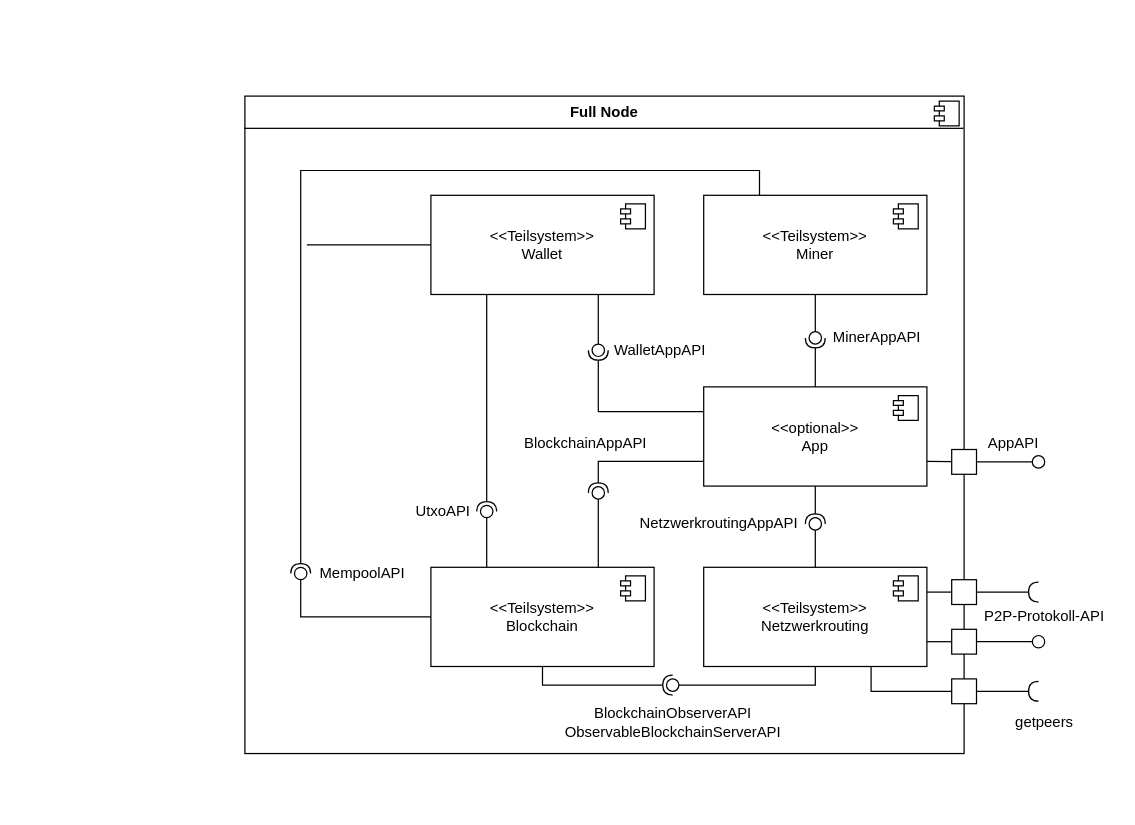
bjoern621/VSP-Blockchain keeps this draw.io diagram as docs/arc42/arc42-MinerNetwork/images/Layer 2.drawio. Above is the earlier version. Source tidied: cells renumbered, new cells numbered last; positions are measured from the earlier drawing's top-left corner, leaving out a move shared by most shapes. Both pictures are drawn from the tidied source at 124%, with x=0, y=0 at pixel (244, 95).
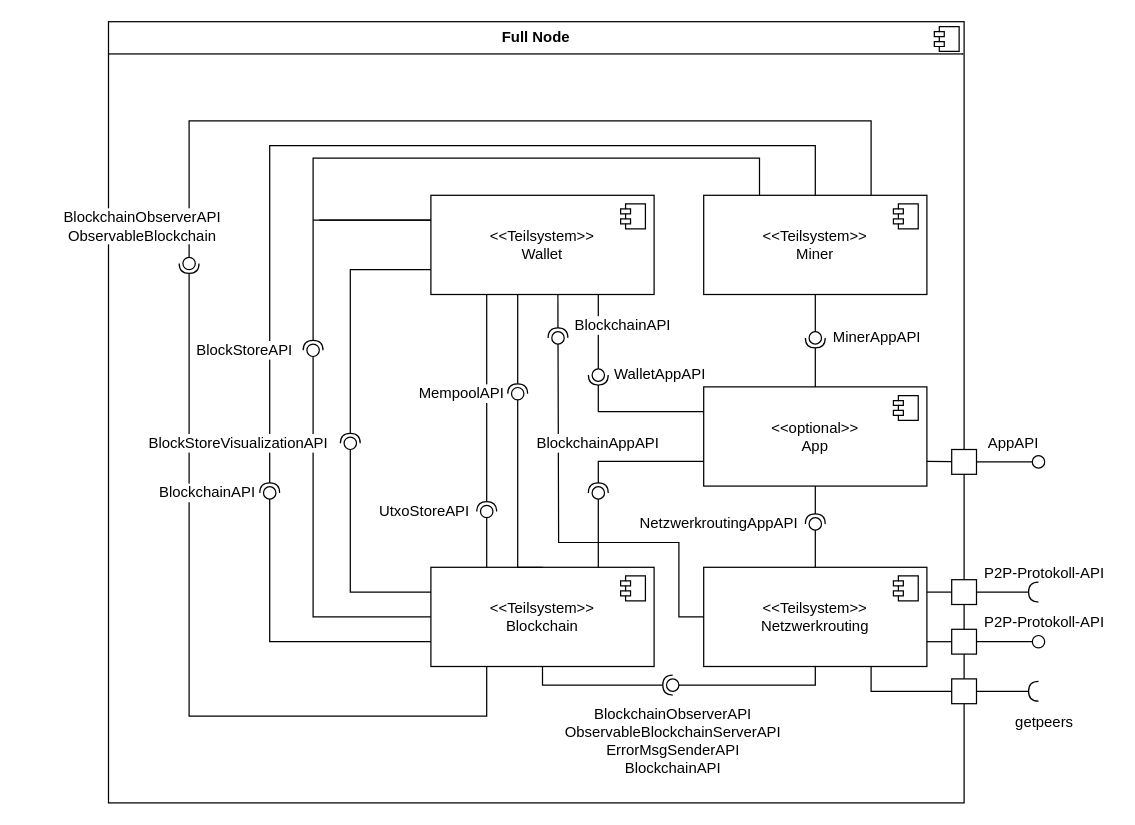
The same page after the edit.

The change refers to these unchanged cells:
```xml
<mxCell id="4" value="&lt;div&gt;&amp;lt;&amp;lt;Teilsystem&amp;gt;&amp;gt;&lt;/div&gt;Miner" style="html=1;whiteSpace=wrap;" parent="1" vertex="1">
  <mxGeometry x="370" y="80" width="180" height="80" as="geometry" />
</mxCell>
<mxCell id="6" value="&lt;div&gt;&amp;lt;&amp;lt;Teilsystem&amp;gt;&amp;gt;&lt;/div&gt;Netzwerkrouting" style="html=1;whiteSpace=wrap;" parent="1" vertex="1">
  <mxGeometry x="370" y="380" width="180" height="80" as="geometry" />
</mxCell>
<mxCell id="8" value="&lt;div&gt;&amp;lt;&amp;lt;Teilsystem&amp;gt;&amp;gt;&lt;/div&gt;Blockchain" style="html=1;whiteSpace=wrap;" parent="1" vertex="1">
  <mxGeometry x="150" y="380" width="180" height="80" as="geometry" />
</mxCell>
<mxCell id="10" value="&lt;div&gt;&amp;lt;&amp;lt;Teilsystem&amp;gt;&amp;gt;&lt;/div&gt;Wallet" style="html=1;whiteSpace=wrap;" parent="1" vertex="1">
  <mxGeometry x="150" y="80" width="180" height="80" as="geometry" />
</mxCell>
<mxCell id="34" style="ellipse;whiteSpace=wrap;html=1;align=center;fillColor=none;strokeColor=none;perimeter=centerPerimeter;points=[];outlineConnect=1;" parent="1" vertex="1">
  <mxGeometry x="40" y="380" width="10" height="10" as="geometry" />
</mxCell>
```

Diff of the diagram source:
```diff
@@
     <mxCell id="2" value="&lt;p style=&quot;margin:0px;margin-top:6px;text-align:center;&quot;&gt;&lt;b&gt;Full Node&lt;/b&gt;&lt;/p&gt;&lt;hr size=&quot;1&quot; style=&quot;border-style:solid;&quot;&gt;&lt;p style=&quot;margin:0px;margin-left:8px;&quot;&gt;&lt;br&gt;&lt;/p&gt;" style="align=left;overflow=fill;html=1;whiteSpace=wrap;" parent="1" vertex="1">
-      <mxGeometry width="580" height="530.2" as="geometry" />
+      <mxGeometry x="-110" y="-60" width="690" height="630" as="geometry" />
     </mxCell>
@@
     <mxCell id="17" value="P2P-Protokoll-API" style="text;html=1;whiteSpace=wrap;strokeColor=none;fillColor=none;align=center;verticalAlign=middle;rounded=0;" parent="1" vertex="1">
-      <mxGeometry x="590" y="405" width="110" height="30" as="geometry" />
+      <mxGeometry x="590" y="410" width="110" height="30" as="geometry" />
     </mxCell>
@@
-    <mxCell id="27" value="UtxoAPI" style="text;html=1;whiteSpace=wrap;strokeColor=none;fillColor=none;align=center;verticalAlign=middle;rounded=0;" parent="1" vertex="1">
-      <mxGeometry x="130" y="320" width="60" height="30" as="geometry" />
+    <mxCell id="27" value="UtxoStoreAPI" style="text;html=1;whiteSpace=wrap;strokeColor=none;fillColor=none;align=center;verticalAlign=middle;rounded=0;" parent="1" vertex="1">
+      <mxGeometry x="100" y="320" width="90" height="30" as="geometry" />
     </mxCell>
@@
-    <mxCell id="31" value="&lt;div&gt;MempoolAPI&lt;/div&gt;" style="text;html=1;whiteSpace=wrap;strokeColor=none;fillColor=none;align=center;verticalAlign=middle;rounded=0;" parent="1" vertex="1">
-      <mxGeometry x="50" y="370" width="90" height="30" as="geometry" />
+    <mxCell id="31" value="&lt;div&gt;MempoolAPI&lt;/div&gt;" style="text;html=1;whiteSpace=wrap;strokeColor=none;fillColor=none;align=center;verticalAlign=middle;rounded=0;labelBackgroundColor=default;" parent="1" vertex="1">
+      <mxGeometry x="130" y="225" width="90" height="30" as="geometry" />
     </mxCell>
-    <mxCell id="32" style="rounded=0;jettySize=auto;html=1;endArrow=halfCircle;endFill=0;endSize=6;strokeWidth=1;sketch=0;edgeStyle=orthogonalEdgeStyle;exitX=0.25;exitY=0;exitDx=0;exitDy=0;" parent="1" edge="1" source="4" target="34">
-      <mxGeometry relative="1" as="geometry">
-        <Array as="points">
-          <mxPoint x="415" y="60" />
-          <mxPoint x="45" y="60" />
-        </Array>
-      </mxGeometry>
-    </mxCell>
-    <mxCell id="33" style="rounded=0;jettySize=auto;html=1;endArrow=oval;endFill=0;sketch=0;sourcePerimeterSpacing=0;targetPerimeterSpacing=0;endSize=10;exitX=0;exitY=0.5;exitDx=0;exitDy=0;edgeStyle=orthogonalEdgeStyle;" parent="1" edge="1" source="8" target="34">
+    <mxCell id="33" style="rounded=0;orthogonalLoop=1;jettySize=auto;html=1;endArrow=oval;endFill=0;sketch=0;sourcePerimeterSpacing=0;targetPerimeterSpacing=0;endSize=10;edgeStyle=orthogonalEdgeStyle;" parent="1" edge="1">
       <mxGeometry relative="1" as="geometry">
+        <mxPoint x="240" y="380" as="sourcePoint" />
+        <mxPoint x="220" y="240" as="targetPoint" />
         <Array as="points">
-          <mxPoint x="45" y="420" />
+          <mxPoint x="220" y="380" />
         </Array>
       </mxGeometry>
     </mxCell>
@@
-    <mxCell id="38" value="BlockchainObserverAPI&lt;div&gt;ObservableBlockchainServerAPI&lt;/div&gt;" style="text;html=1;whiteSpace=wrap;strokeColor=none;fillColor=none;align=center;verticalAlign=middle;rounded=0;" parent="1" vertex="1">
-      <mxGeometry x="247.5" y="490" width="195" height="30" as="geometry" />
+    <mxCell id="38" value="BlockchainObserverAPI&lt;div&gt;ObservableBlockchainServerAPI&lt;/div&gt;&lt;div&gt;ErrorMsgSenderAPI&lt;/div&gt;&lt;div&gt;BlockchainAPI&lt;/div&gt;" style="text;html=1;whiteSpace=wrap;strokeColor=none;fillColor=none;align=center;verticalAlign=middle;rounded=0;" parent="1" vertex="1">
+      <mxGeometry x="247.5" y="490" width="195" height="60" as="geometry" />
     </mxCell>
@@
     <mxCell id="41" style="ellipse;whiteSpace=wrap;html=1;align=center;fillColor=none;strokeColor=none;perimeter=centerPerimeter;points=[];outlineConnect=1;" parent="1" vertex="1">
-      <mxGeometry x="280" y="200" width="10" height="10" as="geometry" />
+      <mxGeometry x="280" y="220" width="10" height="10" as="geometry" />
     </mxCell>
     <mxCell id="42" value="WalletAppAPI" style="text;html=1;whiteSpace=wrap;strokeColor=none;fillColor=none;align=center;verticalAlign=middle;rounded=0;" parent="1" vertex="1">
-      <mxGeometry x="290" y="190" width="90" height="30" as="geometry" />
+      <mxGeometry x="290" y="210" width="90" height="30" as="geometry" />
     </mxCell>
@@
-    <mxCell id="50" value="BlockchainAppAPI" style="text;html=1;whiteSpace=wrap;strokeColor=none;fillColor=none;align=center;verticalAlign=middle;rounded=0;" parent="1" vertex="1">
-      <mxGeometry x="220" y="265" width="110" height="30" as="geometry" />
-    </mxCell>
@@
-    <mxCell id="58" style="endArrow=none;html=1;rounded=0;entryX=0;entryY=0.5;entryDx=0;entryDy=0;" parent="1" edge="1" target="10">
-      <mxGeometry relative="1" as="geometry">
-        <mxPoint x="50" y="120" as="sourcePoint" />
-      </mxGeometry>
-    </mxCell>
+    <mxCell id="59" style="rounded=0;orthogonalLoop=1;jettySize=auto;html=1;endArrow=halfCircle;endFill=0;endSize=6;strokeWidth=1;sketch=0;edgeStyle=orthogonalEdgeStyle;" parent="1" edge="1">
+      <mxGeometry relative="1" as="geometry">
+        <mxPoint x="220" y="160" as="sourcePoint" />
+        <mxPoint x="220" y="240" as="targetPoint" />
+        <Array as="points">
+          <mxPoint x="220" y="180" />
+          <mxPoint x="220" y="180" />
+        </Array>
+      </mxGeometry>
+    </mxCell>
+    <mxCell id="60" style="rounded=0;jettySize=auto;html=1;endArrow=halfCircle;endFill=0;endSize=6;strokeWidth=1;sketch=0;exitX=0;exitY=0.75;exitDx=0;exitDy=0;" parent="1" edge="1" source="10" target="62">
+      <mxGeometry relative="1" as="geometry">
+        <Array as="points">
+          <mxPoint x="85" y="140" />
+        </Array>
+      </mxGeometry>
+    </mxCell>
+    <mxCell id="61" style="rounded=0;jettySize=auto;html=1;endArrow=oval;endFill=0;sketch=0;sourcePerimeterSpacing=0;targetPerimeterSpacing=0;endSize=10;exitX=0;exitY=0.25;exitDx=0;exitDy=0;" parent="1" edge="1" source="8" target="62">
+      <mxGeometry relative="1" as="geometry">
+        <Array as="points">
+          <mxPoint x="85" y="400" />
+        </Array>
+      </mxGeometry>
+    </mxCell>
+    <mxCell id="62" style="ellipse;whiteSpace=wrap;html=1;align=center;fillColor=none;strokeColor=none;perimeter=centerPerimeter;points=[];outlineConnect=1;" parent="1" vertex="1">
+      <mxGeometry x="80" y="275" width="10" height="10" as="geometry" />
+    </mxCell>
+    <mxCell id="63" style="rounded=0;jettySize=auto;html=1;endArrow=halfCircle;endFill=0;endSize=6;strokeWidth=1;sketch=0;exitX=0.25;exitY=0;exitDx=0;exitDy=0;" parent="1" edge="1" source="4" target="65">
+      <mxGeometry relative="1" as="geometry">
+        <Array as="points">
+          <mxPoint x="415" y="50" />
+          <mxPoint x="55" y="50" />
+        </Array>
+      </mxGeometry>
+    </mxCell>
+    <mxCell id="64" style="rounded=0;jettySize=auto;html=1;endArrow=oval;endFill=0;sketch=0;sourcePerimeterSpacing=0;targetPerimeterSpacing=0;endSize=10;" parent="1" edge="1" target="65">
+      <mxGeometry relative="1" as="geometry">
+        <mxPoint x="150" y="420" as="sourcePoint" />
+        <Array as="points">
+          <mxPoint x="55" y="420" />
+        </Array>
+      </mxGeometry>
+    </mxCell>
+    <mxCell id="65" style="ellipse;whiteSpace=wrap;html=1;align=center;fillColor=none;strokeColor=none;perimeter=centerPerimeter;points=[];outlineConnect=1;" parent="1" vertex="1">
+      <mxGeometry x="50" y="200" width="10" height="10" as="geometry" />
+    </mxCell>
+    <mxCell id="66" style="endArrow=none;html=1;rounded=0;entryX=0;entryY=0.25;entryDx=0;entryDy=0;" parent="1" edge="1" target="10">
+      <mxGeometry relative="1" as="geometry">
+        <mxPoint x="60" y="100" as="sourcePoint" />
+      </mxGeometry>
+    </mxCell>
+    <mxCell id="67" style="endArrow=none;html=1;rounded=0;entryX=0;entryY=0.25;entryDx=0;entryDy=0;" parent="1" edge="1" target="10">
+      <mxGeometry relative="1" as="geometry">
+        <mxPoint x="55" y="100" as="sourcePoint" />
+      </mxGeometry>
+    </mxCell>
+    <mxCell id="68" style="rounded=0;jettySize=auto;html=1;endArrow=halfCircle;endFill=0;endSize=6;strokeWidth=1;sketch=0;exitX=0.5;exitY=0;exitDx=0;exitDy=0;" parent="1" edge="1" source="4">
+      <mxGeometry relative="1" as="geometry">
+        <mxPoint x="20" y="320" as="targetPoint" />
+        <Array as="points">
+          <mxPoint x="460" y="40" />
+          <mxPoint x="20" y="40" />
+        </Array>
+      </mxGeometry>
+    </mxCell>
+    <mxCell id="69" style="rounded=0;jettySize=auto;html=1;endArrow=oval;endFill=0;sketch=0;sourcePerimeterSpacing=0;targetPerimeterSpacing=0;endSize=10;exitX=0;exitY=0.75;exitDx=0;exitDy=0;" parent="1" edge="1" source="8">
+      <mxGeometry relative="1" as="geometry">
+        <mxPoint x="20" y="320" as="targetPoint" />
+        <Array as="points">
+          <mxPoint x="20" y="440" />
+        </Array>
+      </mxGeometry>
+    </mxCell>
+    <mxCell id="70" style="rounded=0;jettySize=auto;html=1;endArrow=halfCircle;endFill=0;endSize=6;strokeWidth=1;sketch=0;exitX=0.25;exitY=1;exitDx=0;exitDy=0;" parent="1" edge="1" source="8" target="72">
+      <mxGeometry relative="1" as="geometry">
+        <Array as="points">
+          <mxPoint x="195" y="500" />
+          <mxPoint x="-45" y="500" />
+        </Array>
+      </mxGeometry>
+    </mxCell>
+    <mxCell id="71" style="rounded=0;jettySize=auto;html=1;endArrow=oval;endFill=0;sketch=0;sourcePerimeterSpacing=0;targetPerimeterSpacing=0;endSize=10;exitX=0.75;exitY=0;exitDx=0;exitDy=0;" parent="1" edge="1" source="4" target="72">
+      <mxGeometry relative="1" as="geometry">
+        <Array as="points">
+          <mxPoint x="505" y="20" />
+          <mxPoint x="-45" y="20" />
+        </Array>
+      </mxGeometry>
+    </mxCell>
+    <mxCell id="72" style="ellipse;whiteSpace=wrap;html=1;align=center;fillColor=none;strokeColor=none;perimeter=centerPerimeter;points=[];outlineConnect=1;" parent="1" vertex="1">
+      <mxGeometry x="-50" y="130" width="10" height="10" as="geometry" />
+    </mxCell>
+    <mxCell id="73" value="BlockchainAPI" style="text;html=1;whiteSpace=wrap;strokeColor=none;fillColor=none;align=center;verticalAlign=middle;rounded=0;labelBackgroundColor=default;" parent="1" vertex="1">
+      <mxGeometry x="-70" y="305" width="80" height="30" as="geometry" />
+    </mxCell>
+    <mxCell id="74" value="BlockStoreVisualizationAPI" style="text;html=1;whiteSpace=wrap;strokeColor=none;fillColor=none;align=center;verticalAlign=middle;rounded=0;labelBackgroundColor=default;" parent="1" vertex="1">
+      <mxGeometry x="-80" y="265" width="150" height="30" as="geometry" />
+    </mxCell>
+    <mxCell id="75" value="BlockStoreAPI" style="text;html=1;whiteSpace=wrap;strokeColor=none;fillColor=none;align=center;verticalAlign=middle;rounded=0;labelBackgroundColor=default;" parent="1" vertex="1">
+      <mxGeometry x="-40" y="190" width="80" height="30" as="geometry" />
+    </mxCell>
+    <mxCell id="76" value="BlockchainObserverAPI&lt;div&gt;ObservableBlockchain&lt;/div&gt;" style="text;html=1;whiteSpace=wrap;strokeColor=none;fillColor=none;align=center;verticalAlign=middle;rounded=0;labelBackgroundColor=default;" parent="1" vertex="1">
+      <mxGeometry x="-180" y="90" width="195" height="30" as="geometry" />
+    </mxCell>
+    <mxCell id="77" style="rounded=0;jettySize=auto;html=1;endArrow=halfCircle;endFill=0;endSize=6;strokeWidth=1;sketch=0;exitX=0.569;exitY=1.006;exitDx=0;exitDy=0;exitPerimeter=0;" parent="1" edge="1" source="10" target="79">
+      <mxGeometry relative="1" as="geometry" />
+    </mxCell>
+    <mxCell id="78" style="rounded=0;jettySize=auto;html=1;endArrow=oval;endFill=0;sketch=0;sourcePerimeterSpacing=0;targetPerimeterSpacing=0;endSize=10;exitX=0;exitY=0.5;exitDx=0;exitDy=0;" parent="1" edge="1" source="6" target="79">
+      <mxGeometry relative="1" as="geometry">
+        <Array as="points">
+          <mxPoint x="350" y="420" />
+          <mxPoint x="350" y="360" />
+          <mxPoint x="253" y="360" />
+        </Array>
+      </mxGeometry>
+    </mxCell>
+    <mxCell id="79" style="ellipse;whiteSpace=wrap;html=1;align=center;fillColor=none;strokeColor=none;perimeter=centerPerimeter;points=[];outlineConnect=1;" parent="1" vertex="1">
+      <mxGeometry x="247.5" y="190" width="10" height="10" as="geometry" />
+    </mxCell>
+    <mxCell id="50" value="BlockchainAppAPI" style="text;html=1;whiteSpace=wrap;strokeColor=none;fillColor=none;align=center;verticalAlign=middle;rounded=0;labelBackgroundColor=default;" parent="1" vertex="1">
+      <mxGeometry x="230" y="265" width="110" height="30" as="geometry" />
+    </mxCell>
+    <mxCell id="80" value="&lt;div&gt;BlockchainAPI&lt;/div&gt;" style="text;html=1;whiteSpace=wrap;strokeColor=none;fillColor=none;align=center;verticalAlign=middle;rounded=0;labelBackgroundColor=default;" parent="1" vertex="1">
+      <mxGeometry x="260" y="170" width="90" height="30" as="geometry" />
+    </mxCell>
+    <mxCell id="81" value="P2P-Protokoll-API" style="text;html=1;whiteSpace=wrap;strokeColor=none;fillColor=none;align=center;verticalAlign=middle;rounded=0;" parent="1" vertex="1">
+      <mxGeometry x="590" y="370" width="110" height="30" as="geometry" />
+    </mxCell>
```
